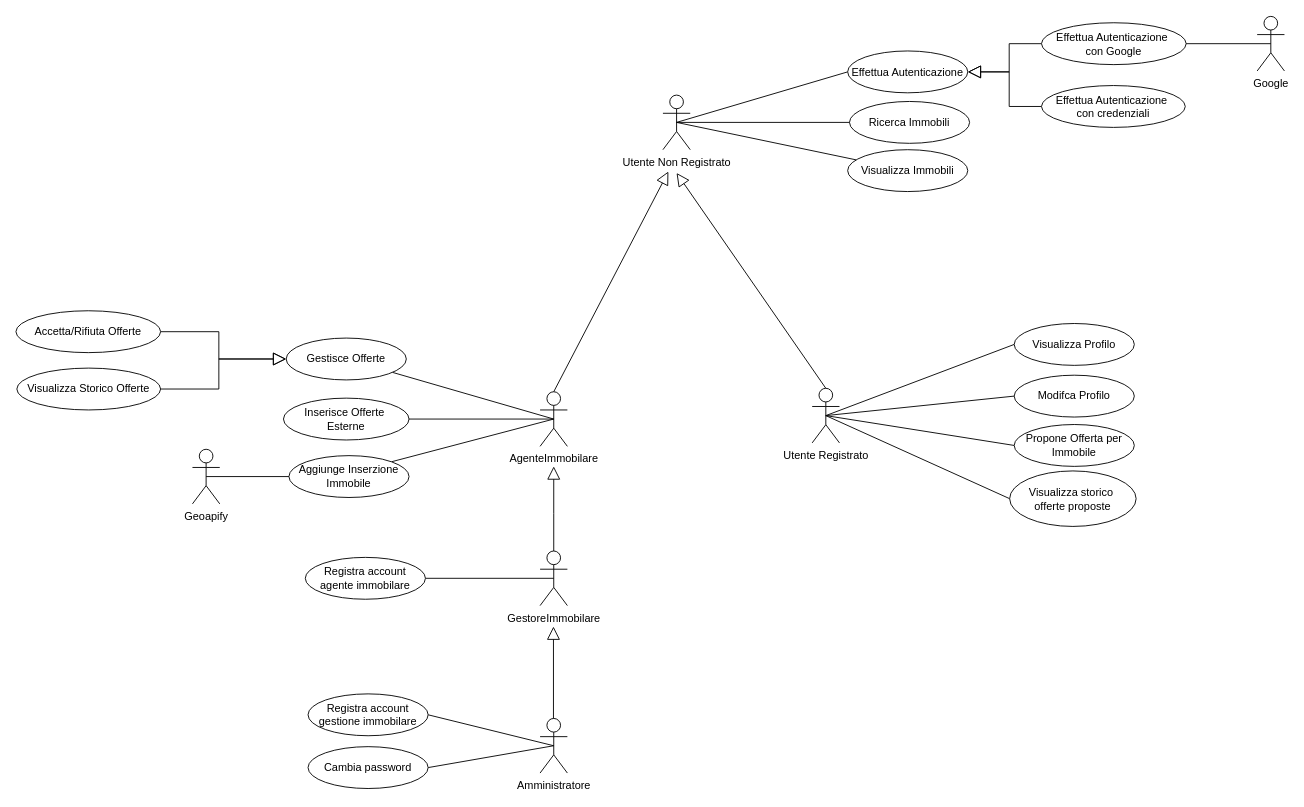
Earlier version of the draw.io diagram page "v.1.0" (1 of 2) of documentazione/use-case.drawio (Lucalorenzo004/DietiEstates25). Source tidied: cells renumbered, new cells numbered last; positions are measured from the earlier drawing's top-left corner, leaving out a move shared by most shapes. Both pictures are drawn from the tidied source at 91%, with x=0, y=0 at pixel (15, 15).
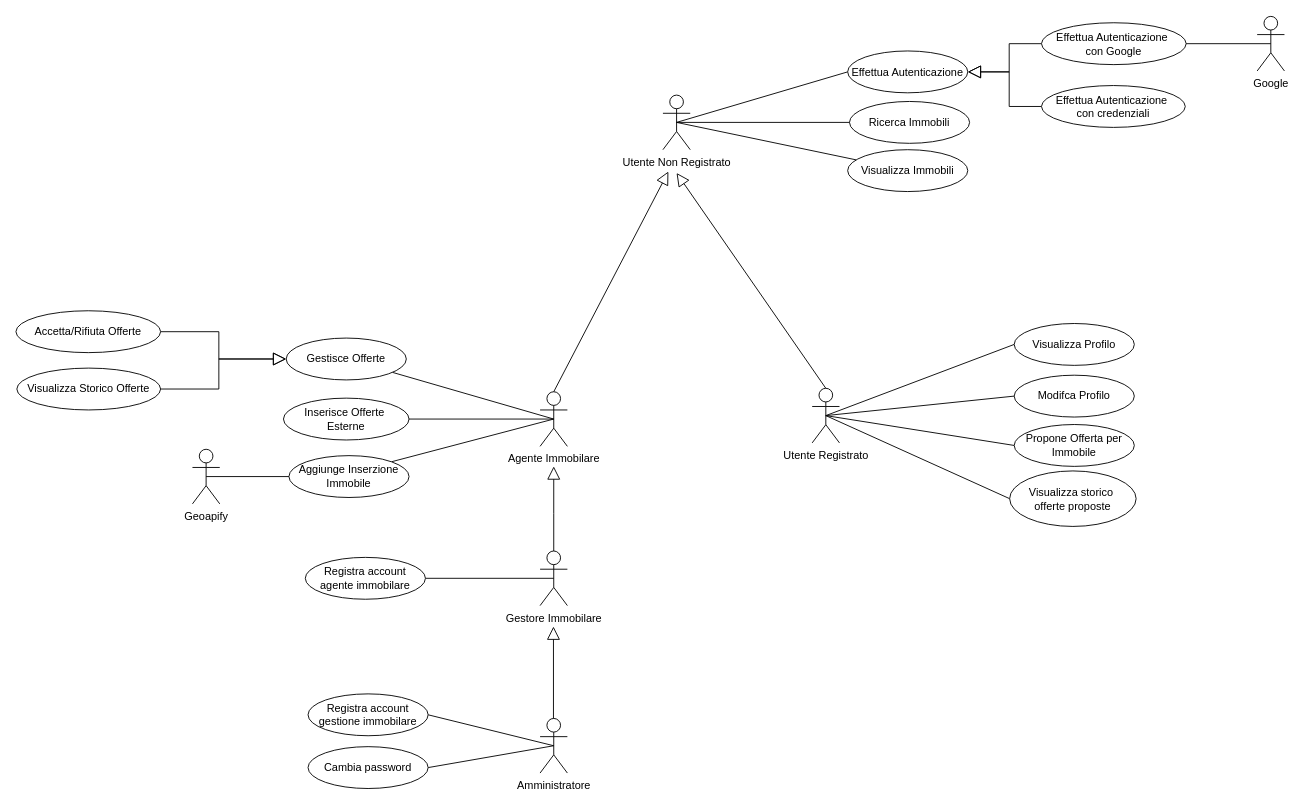
The same diagram, later.

Commit message (it also covers changes not shown here):
cockburn del caso d'uso relativo al cambio password e versione 1.1 dello use case

Diff of the diagram source:
```diff
@@
-    <mxCell id="12" value="AgenteImmobilare" style="shape=umlActor;verticalLabelPosition=bottom;verticalAlign=top;html=1;" parent="1" vertex="1">
+    <mxCell id="12" value="Agente Immobilare" style="shape=umlActor;verticalLabelPosition=bottom;verticalAlign=top;html=1;" parent="1" vertex="1">
       <mxGeometry x="576" y="413" width="30" height="60" as="geometry" />
     </mxCell>
@@
-    <mxCell id="15" value="GestoreImmobilare" style="shape=umlActor;verticalLabelPosition=bottom;verticalAlign=top;html=1;" parent="1" vertex="1">
+    <mxCell id="15" value="Gestore Immobilare" style="shape=umlActor;verticalLabelPosition=bottom;verticalAlign=top;html=1;" parent="1" vertex="1">
       <mxGeometry x="576" y="588" width="30" height="60" as="geometry" />
     </mxCell>
```
